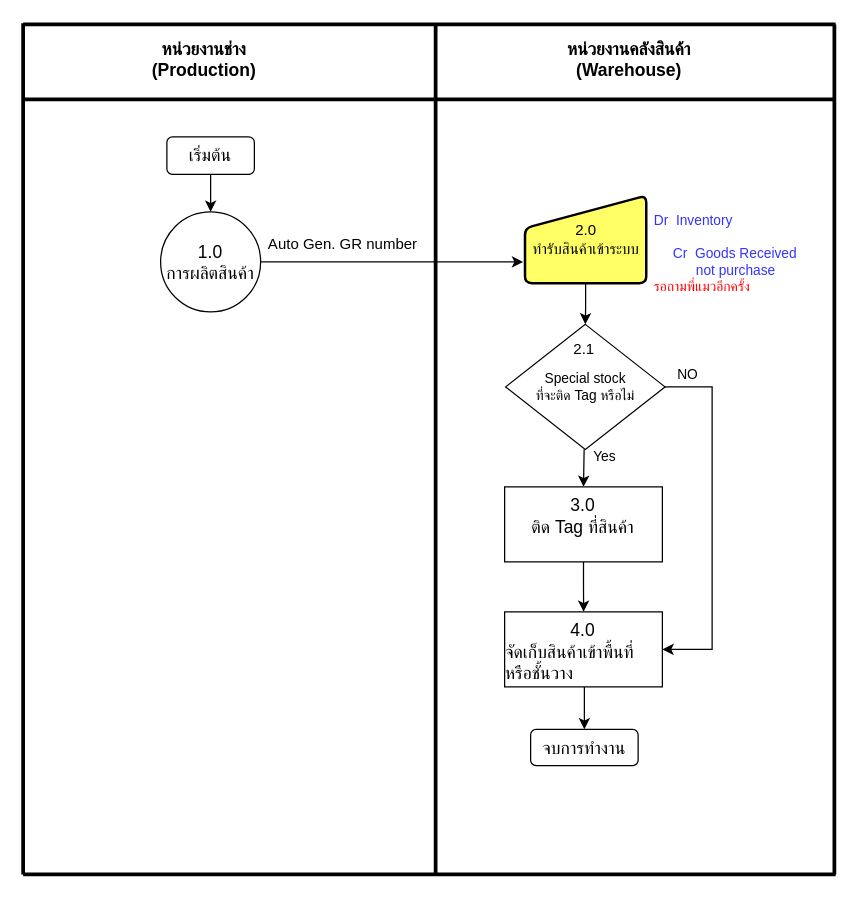
The draw.io diagram page "GR from MO" (2 of 7) of Untitled Diagram.drawio in Rattapornp94/hello-wold, before the edit. Source tidied: cells renumbered, new cells numbered last; positions are measured from the earlier drawing's top-left corner, leaving out a move shared by most shapes. Both pictures are drawn from the tidied source at 125%, with x=0, y=0 at pixel (22, 22).
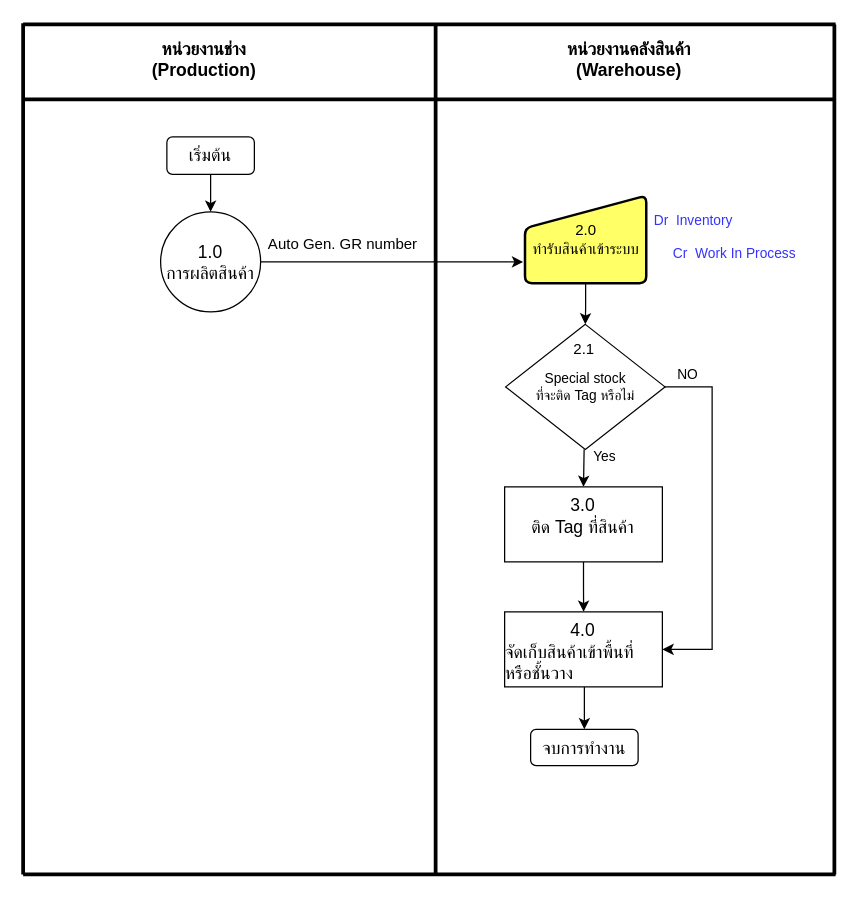
After the change.

What changed in the source:
```diff
@@
-    <mxCell id="15" value="Dr&amp;nbsp; Inventory&lt;br style=&quot;font-size: 11px&quot;&gt;&lt;br style=&quot;font-size: 11px&quot;&gt;&amp;nbsp; &amp;nbsp; &amp;nbsp;Cr&amp;nbsp; Goods Received &lt;br&gt;&amp;nbsp; &amp;nbsp; &amp;nbsp; &amp;nbsp; &amp;nbsp; &amp;nbsp;not purchase&lt;br&gt;&lt;font color=&quot;#ff0000&quot;&gt;รอถามพี่แมวอีกครั้ง&lt;/font&gt;" style="text;html=1;strokeColor=none;fillColor=none;align=left;verticalAlign=top;whiteSpace=wrap;rounded=0;fontSize=11;fontColor=#3333FF;fontStyle=0;" parent="1" vertex="1">
-      <mxGeometry x="502.5" y="144.5" width="127.5" height="96.5" as="geometry" />
+    <mxCell id="15" value="Dr&amp;nbsp; Inventory&lt;br style=&quot;font-size: 11px&quot;&gt;&lt;br style=&quot;font-size: 11px&quot;&gt;&amp;nbsp; &amp;nbsp; &amp;nbsp;Cr&amp;nbsp; Work In Process" style="text;html=1;strokeColor=none;fillColor=none;align=left;verticalAlign=top;whiteSpace=wrap;rounded=0;fontSize=11;fontColor=#3333FF;fontStyle=0;" parent="1" vertex="1">
+      <mxGeometry x="502.5" y="144.5" width="127.5" height="56.5" as="geometry" />
     </mxCell>
```
